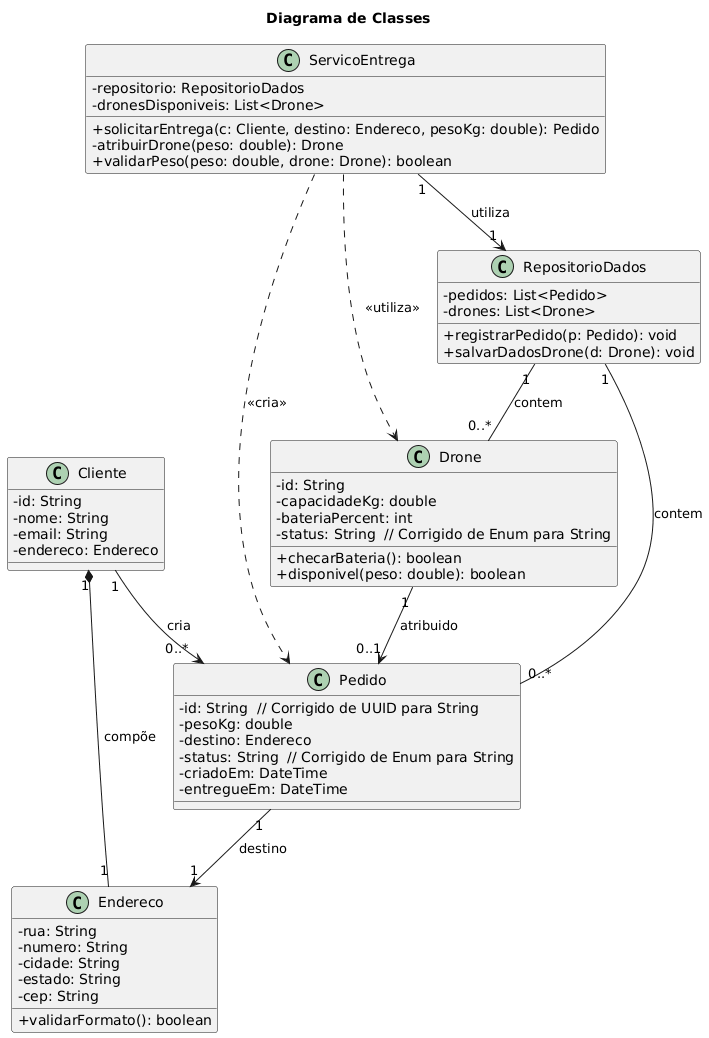
pedrompinho2/UML-Classroom-FCI keeps this PlantUML diagram as docs/DiagramaClasses.png. Above is the earlier version.
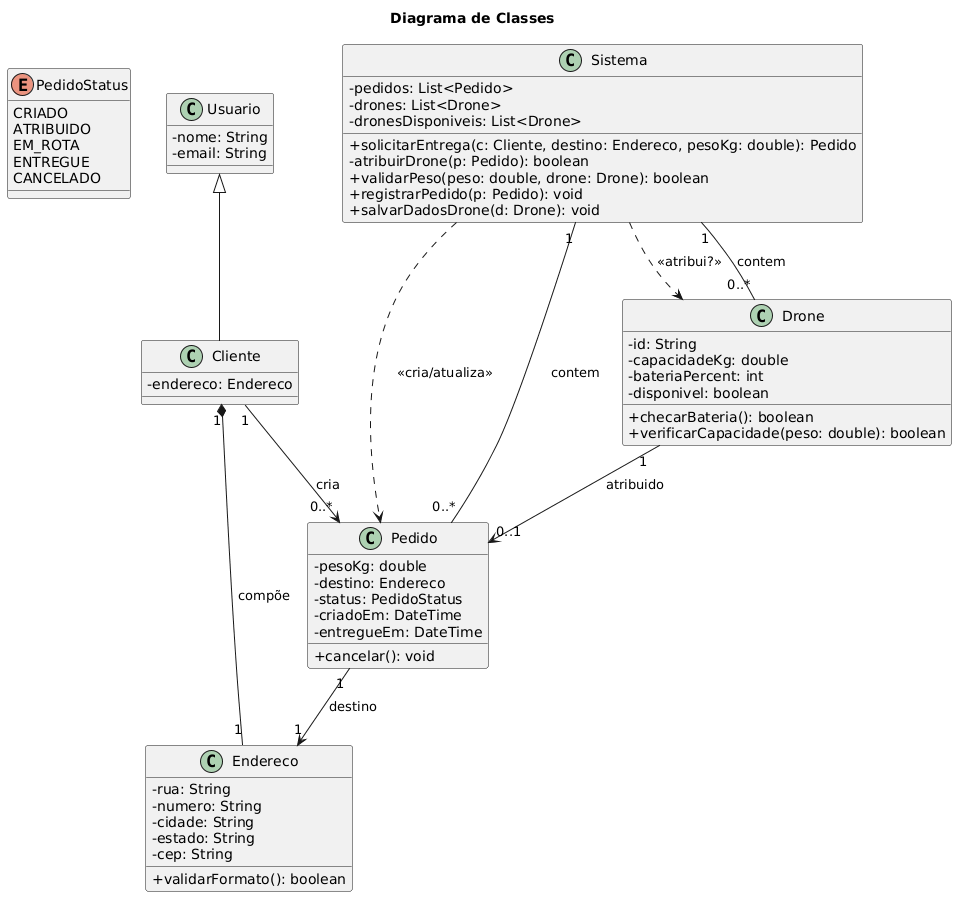
The same diagram one commit later.

Commit message:
Meu nome adicionado em arquivos essenciais e alteração no diagrama de classe e sequencia

Change to the diagram source:
```diff
@@ -2,12 +2,22 @@
 title Diagrama de Classes
 skinparam classAttributeIconSize 0
 
-class Cliente {
-  -id: String
+enum PedidoStatus {
+  CRIADO
+  ATRIBUIDO
+  EM_ROTA
+  ENTREGUE
+  CANCELADO
+}
+
+class Usuario {
   -nome: String
   -email: String
+}
+class Cliente {
   -endereco: Endereco
 }
+Usuario <|-- Cliente
 
 class Endereco {
   -rua: String
@@ -19,34 +29,30 @@
 }
 
 class Pedido {
-  -id: String  // Corrigido de UUID para String
   -pesoKg: double
   -destino: Endereco
-  -status: String  // Corrigido de Enum para String
+  -status: PedidoStatus
   -criadoEm: DateTime
   -entregueEm: DateTime
+  +cancelar(): void
 }
 
 class Drone {
   -id: String
   -capacidadeKg: double
   -bateriaPercent: int
-  -status: String  // Corrigido de Enum para String
+  -disponivel: boolean
   +checarBateria(): boolean
-  +disponivel(peso: double): boolean
+  +verificarCapacidade(peso: double): boolean
 }
 
-class ServicoEntrega {
-  -repositorio: RepositorioDados
+class Sistema {
+  -pedidos: List<Pedido>
+  -drones: List<Drone>
   -dronesDisponiveis: List<Drone>
   +solicitarEntrega(c: Cliente, destino: Endereco, pesoKg: double): Pedido
-  -atribuirDrone(peso: double): Drone
+  -atribuirDrone(p: Pedido): boolean
   +validarPeso(peso: double, drone: Drone): boolean
-}
-
-class RepositorioDados {
-  -pedidos: List<Pedido>
-  -drones: List<Drone>
   +registrarPedido(p: Pedido): void
   +salvarDadosDrone(d: Drone): void
 }
@@ -55,9 +61,9 @@
 Cliente "1" --> "0..*" Pedido : cria
 Pedido "1" --> "1" Endereco : destino
 Drone "1" --> "0..1" Pedido : atribuido
-ServicoEntrega "1" --> "1" RepositorioDados : utiliza
-ServicoEntrega ..> Pedido : <<cria>>
-ServicoEntrega ..> Drone : <<utiliza>>
-RepositorioDados "1" -- "0..*" Pedido : contem
-RepositorioDados "1" -- "0..*" Drone : contem
+
+Sistema ..> Pedido : <<cria/atualiza>>
+Sistema ..> Drone : <<atribui?>>
+Sistema "1" -- "0..*" Pedido : contem
+Sistema "1" -- "0..*" Drone : contem
 @enduml
```
